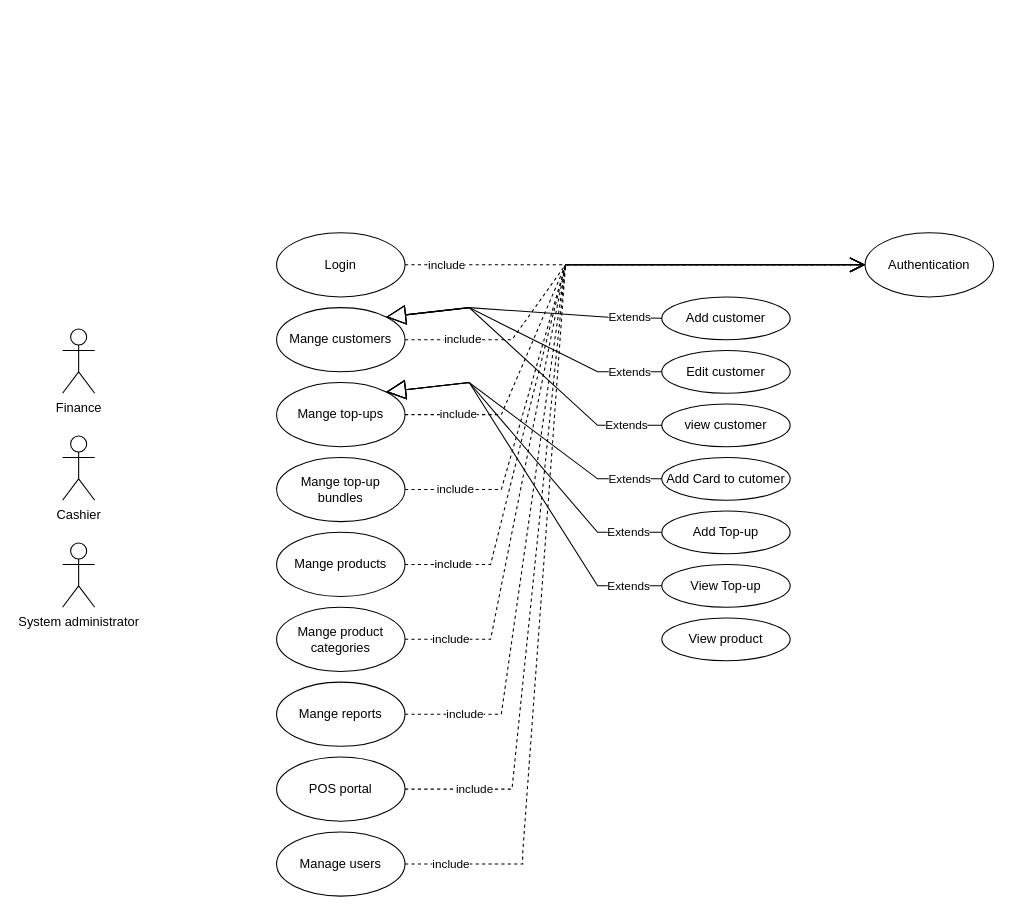
Above: use case diagram.drawio in VuthyPanha/Public-test (draw.io), before the change. Source tidied: cells renumbered, new cells numbered last; positions are measured from the earlier drawing's top-left corner, leaving out a move shared by most shapes. Both pictures are drawn from the tidied source at 107%, with x=0, y=0 at pixel (62, 232).
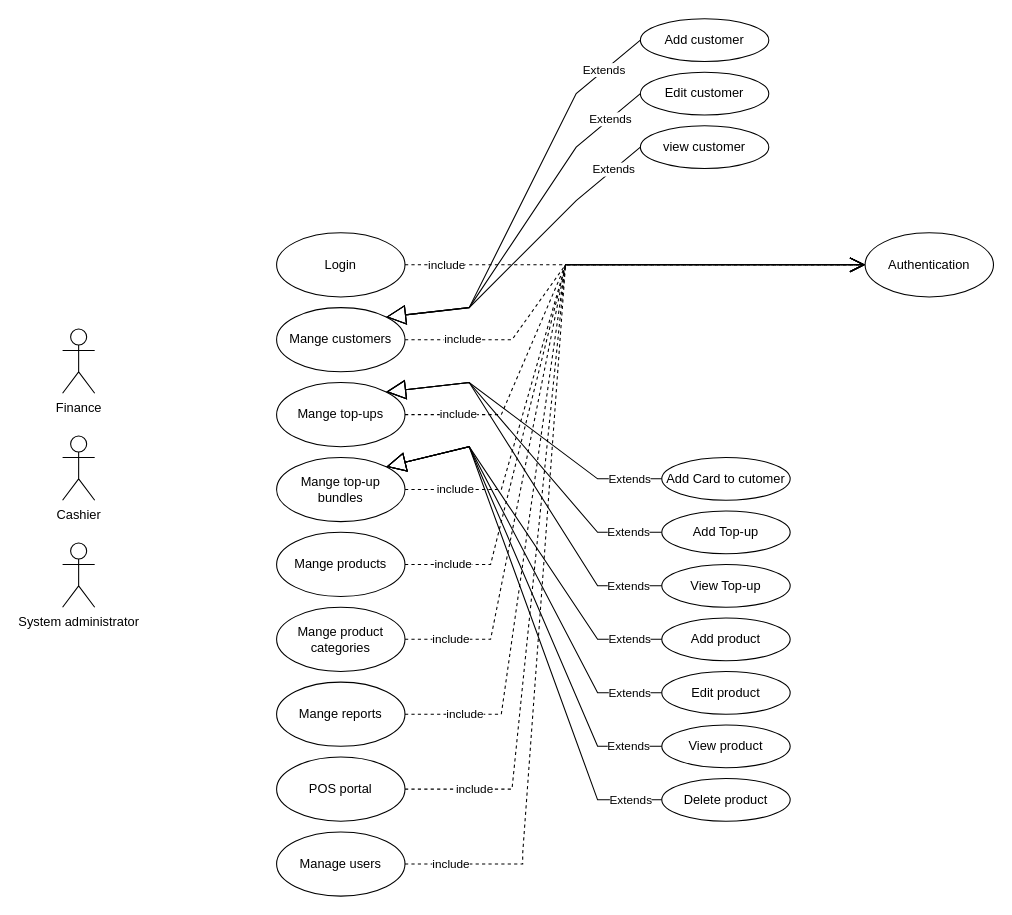
The same page after the edit.

The change refers to these unchanged cells:
```xml
<mxCell id="6" value="Mange customers" style="ellipse;whiteSpace=wrap;html=1;" parent="1" vertex="1">
  <mxGeometry x="200" y="70" width="120" height="60" as="geometry" />
</mxCell>
<mxCell id="8" value="Mange top-up bundles" style="ellipse;whiteSpace=wrap;html=1;" parent="1" vertex="1">
  <mxGeometry x="200" y="210" width="120" height="60" as="geometry" />
</mxCell>
```

Diff of the diagram source:
```diff
@@
     <mxCell id="15" value="Add customer" style="ellipse;whiteSpace=wrap;html=1;" parent="1" vertex="1">
-      <mxGeometry x="560" y="60" width="120" height="40" as="geometry" />
+      <mxGeometry x="540" y="-200" width="120" height="40" as="geometry" />
     </mxCell>
@@
     <mxCell id="25" value="Edit customer" style="ellipse;whiteSpace=wrap;html=1;" parent="1" vertex="1">
-      <mxGeometry x="560" y="110" width="120" height="40" as="geometry" />
+      <mxGeometry x="540" y="-150" width="120" height="40" as="geometry" />
     </mxCell>
     <mxCell id="26" value="view customer" style="ellipse;whiteSpace=wrap;html=1;" parent="1" vertex="1">
-      <mxGeometry x="560" y="160" width="120" height="40" as="geometry" />
+      <mxGeometry x="540" y="-100" width="120" height="40" as="geometry" />
     </mxCell>
@@
     <mxCell id="30" value="Extends" style="endArrow=block;endSize=16;endFill=0;html=1;rounded=0;exitX=0;exitY=0.5;exitDx=0;exitDy=0;entryX=1;entryY=0;entryDx=0;entryDy=0;" parent="1" edge="1" source="15" target="6">
       <mxGeometry x="-0.77" relative="1" as="geometry">
         <Array as="points">
-          <mxPoint x="510" y="79" />
+          <mxPoint x="480" y="-130" />
           <mxPoint x="380" y="70" />
         </Array>
       </mxGeometry>
     </mxCell>
     <mxCell id="31" value="Extends" style="endArrow=block;endSize=16;endFill=0;html=1;rounded=0;exitX=0;exitY=0.5;exitDx=0;exitDy=0;entryX=1;entryY=0;entryDx=0;entryDy=0;" parent="1" edge="1" source="25" target="6">
       <mxGeometry x="-0.78" relative="1" as="geometry">
         <Array as="points">
-          <mxPoint x="510" y="130" />
-          <mxPoint x="500" y="130" />
+          <mxPoint x="480" y="-80" />
           <mxPoint x="380" y="70" />
         </Array>
       </mxGeometry>
     </mxCell>
     <mxCell id="32" value="Extends" style="endArrow=block;endSize=16;endFill=0;html=1;rounded=0;exitX=0;exitY=0.5;exitDx=0;exitDy=0;entryX=1;entryY=0;entryDx=0;entryDy=0;" parent="1" edge="1" source="26" target="6">
       <mxGeometry x="-0.78" relative="1" as="geometry">
         <Array as="points">
-          <mxPoint x="510" y="180" />
-          <mxPoint x="500" y="180" />
+          <mxPoint x="480" y="-30" />
           <mxPoint x="380" y="70" />
         </Array>
       </mxGeometry>
     </mxCell>
@@
-    <mxCell id="36" value="View product" style="ellipse;whiteSpace=wrap;html=1;" parent="1" vertex="1">
+    <mxCell id="36" value="Add product" style="ellipse;whiteSpace=wrap;html=1;" parent="1" vertex="1">
       <mxGeometry x="560" y="360" width="120" height="40" as="geometry" />
     </mxCell>
+    <mxCell id="37" value="Edit product" style="ellipse;whiteSpace=wrap;html=1;" parent="1" vertex="1">
+      <mxGeometry x="560" y="410" width="120" height="40" as="geometry" />
+    </mxCell>
+    <mxCell id="38" value="Delete product" style="ellipse;whiteSpace=wrap;html=1;" parent="1" vertex="1">
+      <mxGeometry x="560" y="510" width="120" height="40" as="geometry" />
+    </mxCell>
+    <mxCell id="39" value="View product" style="ellipse;whiteSpace=wrap;html=1;" parent="1" vertex="1">
+      <mxGeometry x="560" y="460" width="120" height="40" as="geometry" />
+    </mxCell>
+    <mxCell id="40" value="Extends" style="endArrow=block;endSize=16;endFill=0;html=1;rounded=0;entryX=1;entryY=0;entryDx=0;entryDy=0;exitX=0;exitY=0.5;exitDx=0;exitDy=0;" parent="1" edge="1" source="36" target="8">
+      <mxGeometry x="-0.83" relative="1" as="geometry">
+        <Array as="points">
+          <mxPoint x="500" y="380" />
+          <mxPoint x="380" y="200" />
+        </Array>
+      </mxGeometry>
+    </mxCell>
+    <mxCell id="41" value="Extends" style="endArrow=block;endSize=16;endFill=0;html=1;rounded=0;entryX=1;entryY=0;entryDx=0;entryDy=0;exitX=0;exitY=0.5;exitDx=0;exitDy=0;" parent="1" edge="1" source="37" target="8">
+      <mxGeometry x="-0.85" relative="1" as="geometry">
+        <Array as="points">
+          <mxPoint x="500" y="430" />
+          <mxPoint x="380" y="200" />
+        </Array>
+      </mxGeometry>
+    </mxCell>
+    <mxCell id="42" value="Extends" style="endArrow=block;endSize=16;endFill=0;html=1;rounded=0;entryX=1;entryY=0;entryDx=0;entryDy=0;exitX=0;exitY=0.5;exitDx=0;exitDy=0;" parent="1" edge="1" source="39" target="8">
+      <mxGeometry x="-0.86" relative="1" as="geometry">
+        <Array as="points">
+          <mxPoint x="500" y="480" />
+          <mxPoint x="380" y="200" />
+        </Array>
+      </mxGeometry>
+    </mxCell>
+    <mxCell id="43" value="Extends" style="endArrow=block;endSize=16;endFill=0;html=1;rounded=0;exitX=0;exitY=0.5;exitDx=0;exitDy=0;entryX=1;entryY=0;entryDx=0;entryDy=0;" parent="1" edge="1" source="38" target="8">
+      <mxGeometry x="-0.88" relative="1" as="geometry">
+        <Array as="points">
+          <mxPoint x="500" y="530" />
+          <mxPoint x="380" y="200" />
+        </Array>
+      </mxGeometry>
+    </mxCell>
```
